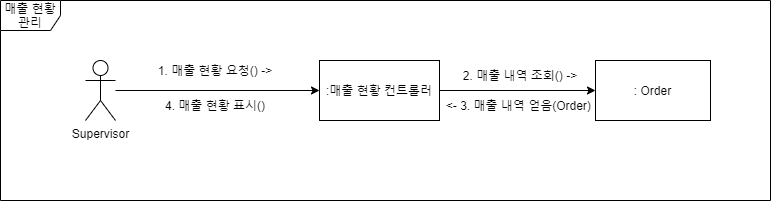
Before: 상세명세서/Behavioral Model/communication diagram/매출현황관리 communication diagram.png, a diagram exported from draw.io (distroytest/KNUSD-20202-Team05). Source tidied: cells renumbered, new cells last; positions are measured from the earlier drawing's top-left corner, leaving out a move shared by most shapes.
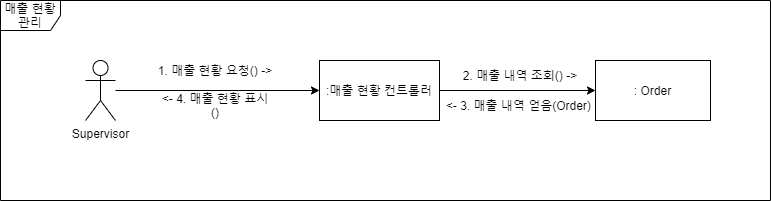
After the change.

Commit message:
Update 매출현황관리 communication diagram.png

The edit, as a diff of the source:
```diff
@@ -29,7 +29,7 @@
     <mxCell id="10" value="2. 매출 내역 조회() -&amp;gt;" style="text;html=1;strokeColor=none;fillColor=none;align=center;verticalAlign=middle;whiteSpace=wrap;rounded=0;" parent="1" vertex="1">
       <mxGeometry x="450" y="65" width="140" height="20" as="geometry" />
     </mxCell>
-    <mxCell id="11" value="4. 매출 현황 표시()" style="text;html=1;strokeColor=none;fillColor=none;align=center;verticalAlign=middle;whiteSpace=wrap;rounded=0;" parent="1" vertex="1">
+    <mxCell id="11" value="&amp;lt;- 4. 매출 현황 표시()" style="text;html=1;strokeColor=none;fillColor=none;align=center;verticalAlign=middle;whiteSpace=wrap;rounded=0;" parent="1" vertex="1">
       <mxGeometry x="160" y="95" width="110" height="20" as="geometry" />
     </mxCell>
   </root>
```
